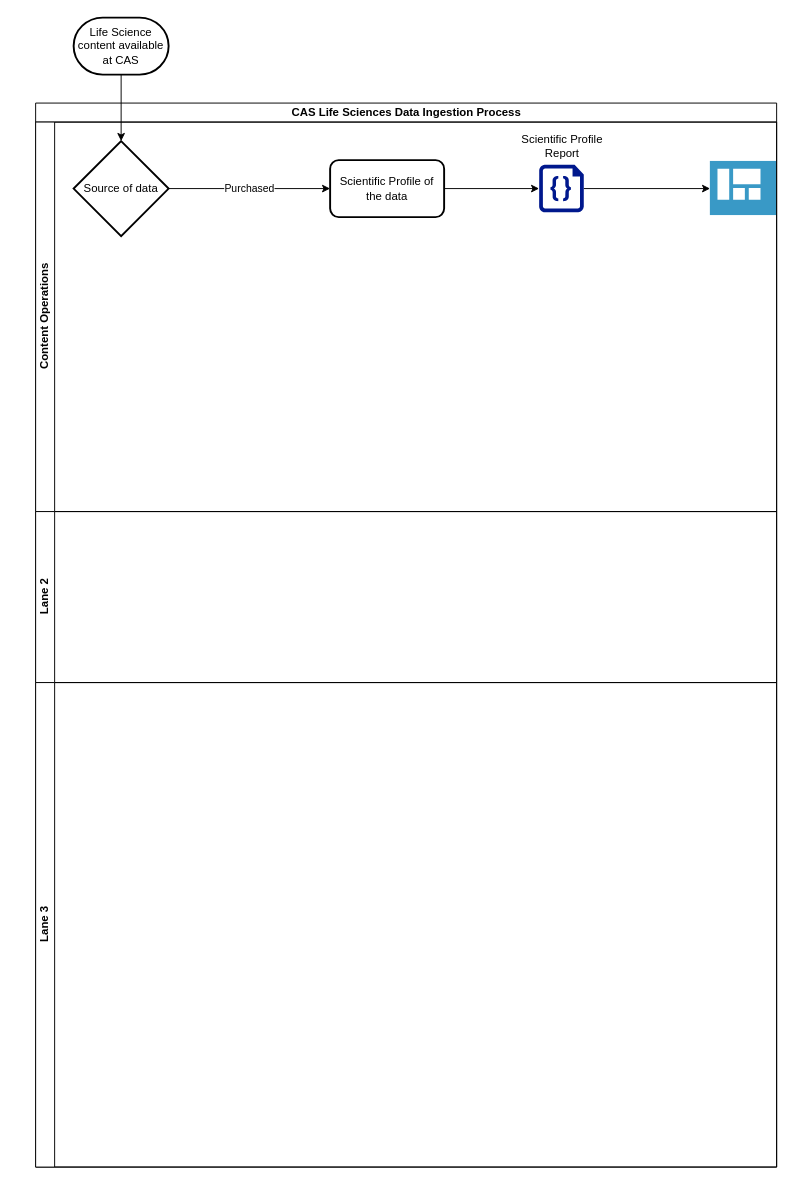
Before: Untitled Diagram.drawio in nilesh-tawari/smartpv_dist, a draw.io diagram. Source tidied: cells renumbered, new cells numbered last; positions are measured from the earlier drawing's top-left corner, leaving out a move shared by most shapes. Both pictures are drawn from the tidied source at 95%, with x=0, y=0 at pixel (35, 17).
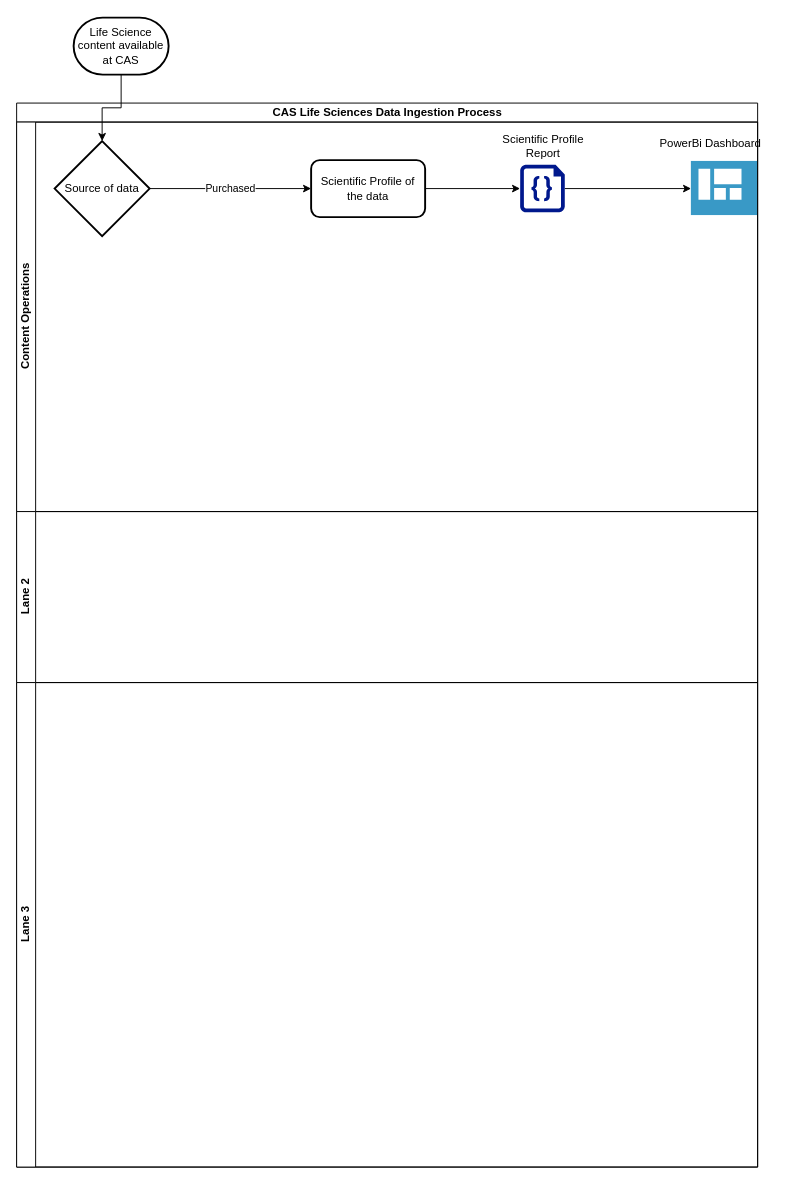
After the change.

The edit, as a diff of the source:
```diff
@@
 <mxGraphModel>
   <root>
     <mxCell id="0" />
     <mxCell id="1" parent="0" />
     <mxCell id="2" value="CAS Life Sciences Data Ingestion Process" style="swimlane;horizontal=1;startSize=20;html=1;" parent="1" vertex="1">
-      <mxGeometry y="90" width="780" height="1120" as="geometry" />
+      <mxGeometry x="-20" y="90" width="780" height="1120" as="geometry" />
     </mxCell>
     <mxCell id="3" value="Content Operations" style="swimlane;startSize=20;horizontal=0;html=1;" parent="2" vertex="1">
       <mxGeometry y="20" width="780" height="410" as="geometry" />
     </mxCell>
     <mxCell id="4" value="Purchased" style="edgeStyle=orthogonalEdgeStyle;rounded=0;jettySize=auto;html=1;" parent="3" edge="1" source="5" target="7">
       <mxGeometry relative="1" as="geometry" />
     </mxCell>
     <mxCell id="5" value="Source of data" style="strokeWidth=2;html=1;shape=mxgraph.flowchart.decision;whiteSpace=wrap;" parent="3" vertex="1">
       <mxGeometry x="40" y="20" width="100" height="100" as="geometry" />
     </mxCell>
     <mxCell id="6" style="edgeStyle=orthogonalEdgeStyle;rounded=0;jettySize=auto;html=1;" parent="3" edge="1" source="7" target="9">
       <mxGeometry relative="1" as="geometry" />
     </mxCell>
     <mxCell id="7" value="Scientific Profile of the data" style="rounded=1;whiteSpace=wrap;html=1;strokeWidth=2;" parent="3" vertex="1">
       <mxGeometry x="310" y="40" width="120" height="60" as="geometry" />
     </mxCell>
     <mxCell id="8" style="edgeStyle=orthogonalEdgeStyle;rounded=0;jettySize=auto;html=1;" parent="3" edge="1" source="9" target="11">
       <mxGeometry relative="1" as="geometry" />
     </mxCell>
     <mxCell id="9" style="sketch=0;shadow=0;dashed=0;html=1;strokeColor=none;labelPosition=center;verticalLabelPosition=bottom;verticalAlign=top;align=center;fillColor=#00188D;shape=mxgraph.azure.code_file;" parent="3" vertex="1">
       <mxGeometry x="530" y="45" width="47" height="50" as="geometry" />
     </mxCell>
     <mxCell id="10" value="Scientific Profile&lt;br&gt;Report" style="text;html=1;align=center;verticalAlign=middle;strokeColor=none;fillColor=none;" parent="3" vertex="1">
       <mxGeometry x="498.5" y="5" width="110" height="40" as="geometry" />
     </mxCell>
     <mxCell id="11" style="image;sketch=0;html=1;points=[];align=center;fontSize=12;image=img/lib/mscae/Shared_Dashboard.svg;" parent="3" vertex="1">
       <mxGeometry x="710" y="41.3" width="70" height="57.4" as="geometry" />
     </mxCell>
     <mxCell id="12" value="Lane 2" style="swimlane;startSize=20;horizontal=0;html=1;" parent="2" vertex="1">
       <mxGeometry y="430" width="780" height="180" as="geometry" />
     </mxCell>
     <mxCell id="13" value="Lane 3" style="swimlane;startSize=20;horizontal=0;html=1;" parent="2" vertex="1">
       <mxGeometry y="610" width="780" height="510" as="geometry" />
     </mxCell>
     <mxCell id="14" value="&lt;font style=&quot;font-size: 12px;&quot;&gt;Life Science content available at CAS&lt;/font&gt;" style="strokeWidth=2;html=1;shape=mxgraph.flowchart.terminator;whiteSpace=wrap;" parent="1" vertex="1">
       <mxGeometry x="40" width="100" height="60" as="geometry" />
     </mxCell>
     <mxCell id="15" style="edgeStyle=orthogonalEdgeStyle;rounded=0;jettySize=auto;html=1;exitX=0.5;exitY=1;exitDx=0;exitDy=0;exitPerimeter=0;" parent="1" edge="1" source="14" target="5">
       <mxGeometry relative="1" as="geometry" />
     </mxCell>
+    <mxCell id="16" value="PowerBi Dashboard" style="text;html=1;align=center;verticalAlign=middle;strokeColor=none;fillColor=none;" parent="1" vertex="1">
+      <mxGeometry x="645" y="118" width="130" height="30" as="geometry" />
+    </mxCell>
   </root>
 </mxGraphModel>
```
